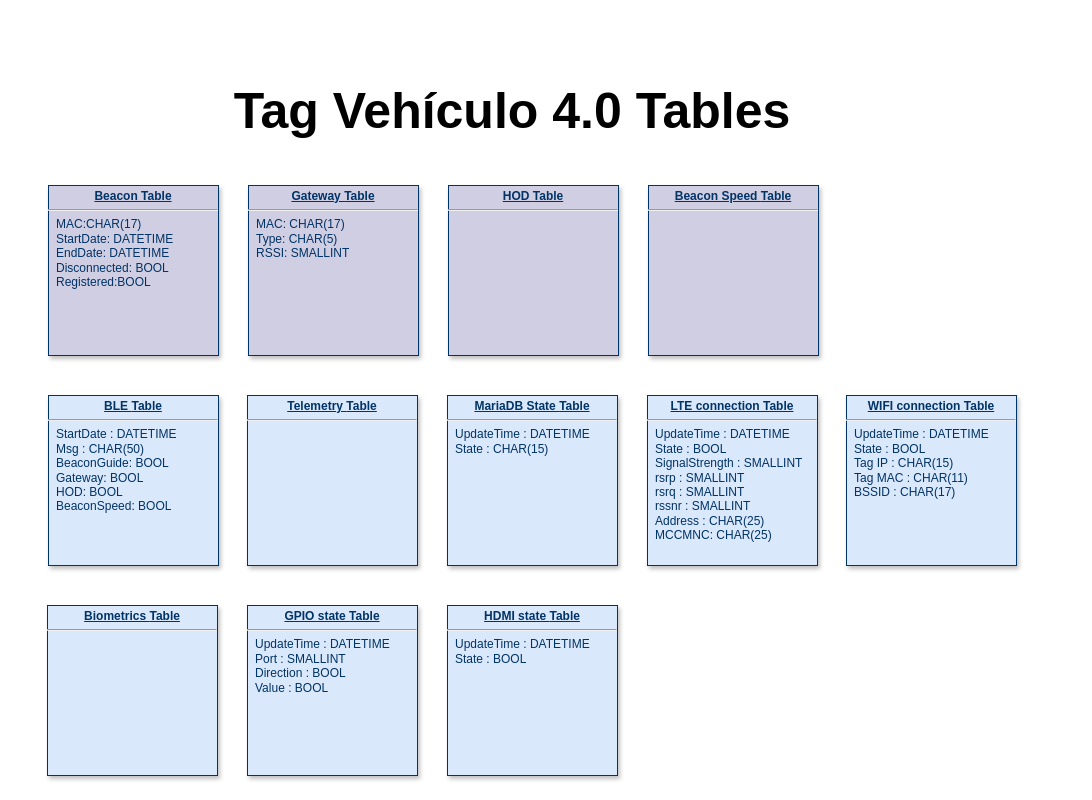
CesarRodriguez14/Tag_Vehiculo_4_0_Diagramas keeps this draw.io diagram as Bases de datos de Tag Vehiculo 4_0.drawio. Above is the earlier version. Source tidied: cells renumbered, new cells numbered last; positions are measured from the earlier drawing's top-left corner, leaving out a move shared by most shapes. Both pictures are drawn from the tidied source at 100%, with x=0, y=0 at pixel (17, 85).
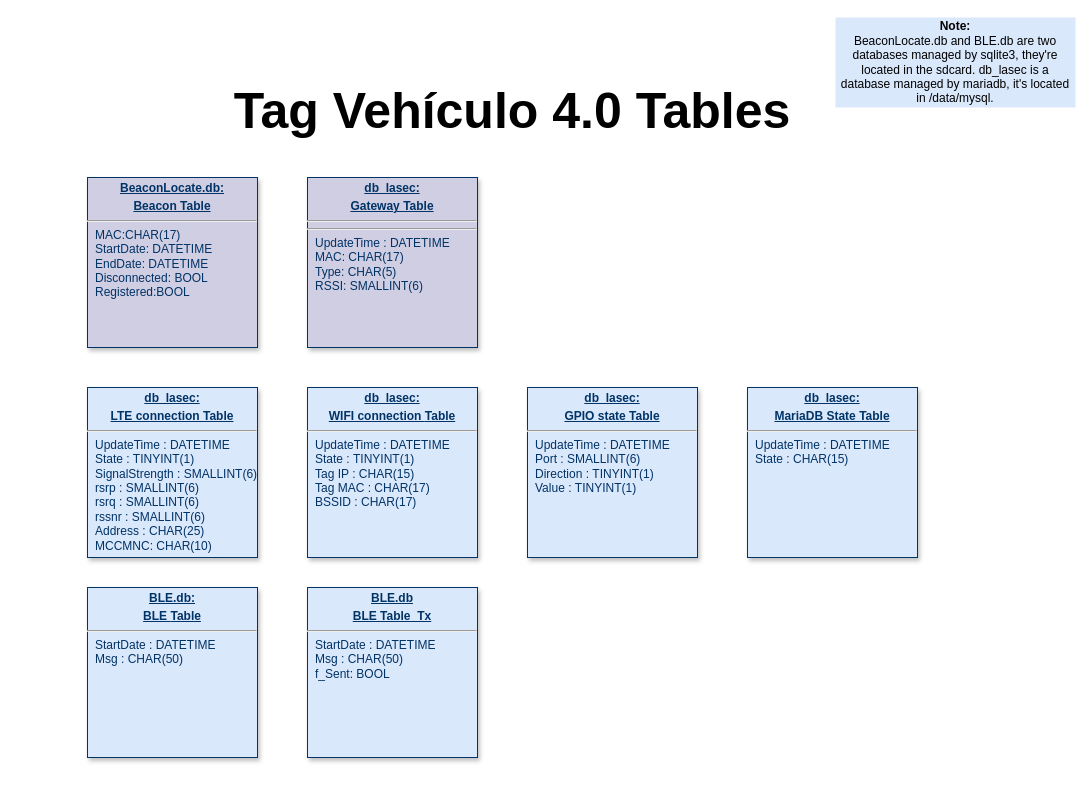
The same diagram, later.

What changed in the source:
```diff
@@
 <mxGraphModel>
   <root>
     <mxCell id="0" />
     <mxCell id="1" parent="0" />
-    <mxCell id="2" value="&lt;p style=&quot;margin: 0px; margin-top: 4px; text-align: center; text-decoration: underline;&quot;&gt;&lt;b&gt;BLE&amp;nbsp;&lt;/b&gt;&lt;b style=&quot;background-color: initial;&quot;&gt;Table&lt;/b&gt;&lt;/p&gt;&lt;hr&gt;&lt;p style=&quot;margin: 0px; margin-left: 8px;&quot;&gt;StartDate : DATETIME&lt;/p&gt;&lt;p style=&quot;margin: 0px; margin-left: 8px;&quot;&gt;Msg : CHAR(50)&lt;/p&gt;&lt;p style=&quot;margin: 0px; margin-left: 8px;&quot;&gt;BeaconGuide: BOOL&lt;/p&gt;&lt;p style=&quot;margin: 0px; margin-left: 8px;&quot;&gt;Gateway: BOOL&lt;/p&gt;&lt;p style=&quot;margin: 0px; margin-left: 8px;&quot;&gt;HOD: BOOL&lt;/p&gt;&lt;p style=&quot;margin: 0px; margin-left: 8px;&quot;&gt;BeaconSpeed: BOOL&lt;/p&gt;" style="verticalAlign=top;align=left;overflow=fill;fontSize=12;fontFamily=Helvetica;html=1;strokeColor=#003366;shadow=1;fillColor=#DAE8FC;fontColor=#003366;" parent="1" vertex="1">
-      <mxGeometry x="31" y="310" width="170" height="170" as="geometry" />
+    <mxCell id="2" value="&lt;p style=&quot;margin: 0px; margin-top: 4px; text-align: center; text-decoration: underline;&quot;&gt;&lt;b&gt;BLE.db:&lt;/b&gt;&lt;/p&gt;&lt;p style=&quot;margin: 0px; margin-top: 4px; text-align: center; text-decoration: underline;&quot;&gt;&lt;b&gt;BLE&amp;nbsp;&lt;/b&gt;&lt;b style=&quot;background-color: initial;&quot;&gt;Table&lt;/b&gt;&lt;/p&gt;&lt;hr&gt;&lt;p style=&quot;margin: 0px; margin-left: 8px;&quot;&gt;StartDate : DATETIME&lt;/p&gt;&lt;p style=&quot;margin: 0px; margin-left: 8px;&quot;&gt;Msg : CHAR(50)&lt;/p&gt;&lt;p style=&quot;margin: 0px; margin-left: 8px;&quot;&gt;&lt;br&gt;&lt;/p&gt;" style="verticalAlign=top;align=left;overflow=fill;fontSize=12;fontFamily=Helvetica;html=1;strokeColor=#003366;shadow=1;fillColor=#DAE8FC;fontColor=#003366;" parent="1" vertex="1">
+      <mxGeometry x="70" y="502" width="170" height="170" as="geometry" />
     </mxCell>
-    <mxCell id="3" value="&lt;p style=&quot;margin: 0px; margin-top: 4px; text-align: center; text-decoration: underline;&quot;&gt;&lt;b&gt;Beacon Table&lt;/b&gt;&lt;/p&gt;&lt;hr&gt;&lt;p style=&quot;margin: 0px; margin-left: 8px;&quot;&gt;MAC:CHAR(17)&lt;/p&gt;&lt;p style=&quot;margin: 0px; margin-left: 8px;&quot;&gt;StartDate: DATETIME&lt;/p&gt;&lt;p style=&quot;margin: 0px; margin-left: 8px;&quot;&gt;EndDate: DATETIME&lt;/p&gt;&lt;p style=&quot;margin: 0px; margin-left: 8px;&quot;&gt;Disconnected: BOOL&lt;/p&gt;&lt;p style=&quot;margin: 0px; margin-left: 8px;&quot;&gt;Registered:BOOL&lt;/p&gt;" style="verticalAlign=top;align=left;overflow=fill;fontSize=12;fontFamily=Helvetica;html=1;strokeColor=#003366;shadow=1;fillColor=#D0CEE2;fontColor=#003366;" parent="1" vertex="1">
-      <mxGeometry x="31" y="100" width="170" height="170" as="geometry" />
+    <mxCell id="3" value="&lt;p style=&quot;margin: 0px; margin-top: 4px; text-align: center; text-decoration: underline;&quot;&gt;&lt;b&gt;BeaconLocate.db:&lt;/b&gt;&lt;/p&gt;&lt;p style=&quot;margin: 0px; margin-top: 4px; text-align: center; text-decoration: underline;&quot;&gt;&lt;b&gt;Beacon Table&lt;/b&gt;&lt;/p&gt;&lt;hr&gt;&lt;p style=&quot;margin: 0px; margin-left: 8px;&quot;&gt;MAC:CHAR(17)&lt;/p&gt;&lt;p style=&quot;margin: 0px; margin-left: 8px;&quot;&gt;StartDate: DATETIME&lt;/p&gt;&lt;p style=&quot;margin: 0px; margin-left: 8px;&quot;&gt;EndDate: DATETIME&lt;/p&gt;&lt;p style=&quot;margin: 0px; margin-left: 8px;&quot;&gt;Disconnected: BOOL&lt;/p&gt;&lt;p style=&quot;margin: 0px; margin-left: 8px;&quot;&gt;Registered:BOOL&lt;/p&gt;" style="verticalAlign=top;align=left;overflow=fill;fontSize=12;fontFamily=Helvetica;html=1;strokeColor=#003366;shadow=1;fillColor=#D0CEE2;fontColor=#003366;" parent="1" vertex="1">
+      <mxGeometry x="70" y="92" width="170" height="170" as="geometry" />
     </mxCell>
-    <mxCell id="4" value="&lt;p style=&quot;margin: 0px; margin-top: 4px; text-align: center; text-decoration: underline;&quot;&gt;&lt;b&gt;Gateway&amp;nbsp;&lt;/b&gt;&lt;b style=&quot;background-color: initial;&quot;&gt;Table&lt;/b&gt;&lt;/p&gt;&lt;hr&gt;&lt;p style=&quot;margin: 0px; margin-left: 8px;&quot;&gt;MAC: CHAR(17)&lt;/p&gt;&lt;p style=&quot;margin: 0px; margin-left: 8px;&quot;&gt;Type: CHAR(5)&lt;/p&gt;&lt;p style=&quot;margin: 0px; margin-left: 8px;&quot;&gt;RSSI: SMALLINT&lt;/p&gt;" style="verticalAlign=top;align=left;overflow=fill;fontSize=12;fontFamily=Helvetica;html=1;strokeColor=#003366;shadow=1;fillColor=#D0CEE2;fontColor=#003366;" parent="1" vertex="1">
-      <mxGeometry x="231" y="100" width="170" height="170" as="geometry" />
+    <mxCell id="4" value="&lt;p style=&quot;margin: 0px; margin-top: 4px; text-align: center; text-decoration: underline;&quot;&gt;&lt;b&gt;db_lasec:&lt;/b&gt;&lt;/p&gt;&lt;p style=&quot;margin: 0px; margin-top: 4px; text-align: center; text-decoration: underline;&quot;&gt;&lt;b&gt;Gateway&amp;nbsp;&lt;/b&gt;&lt;b style=&quot;background-color: initial;&quot;&gt;Table&lt;/b&gt;&lt;/p&gt;&lt;hr&gt;&lt;hr&gt;&lt;p style=&quot;margin: 0px 0px 0px 8px;&quot;&gt;UpdateTime : DATETIME&lt;/p&gt;&lt;p style=&quot;margin: 0px; margin-left: 8px;&quot;&gt;MAC: CHAR(17)&lt;/p&gt;&lt;p style=&quot;margin: 0px; margin-left: 8px;&quot;&gt;Type: CHAR(5)&lt;/p&gt;&lt;p style=&quot;margin: 0px; margin-left: 8px;&quot;&gt;RSSI: SMALLINT(6)&lt;/p&gt;" style="verticalAlign=top;align=left;overflow=fill;fontSize=12;fontFamily=Helvetica;html=1;strokeColor=#003366;shadow=1;fillColor=#D0CEE2;fontColor=#003366;" parent="1" vertex="1">
+      <mxGeometry x="290" y="92" width="170" height="170" as="geometry" />
     </mxCell>
-    <mxCell id="5" value="&lt;p style=&quot;margin: 0px; margin-top: 4px; text-align: center; text-decoration: underline;&quot;&gt;&lt;b&gt;HOD&amp;nbsp;&lt;/b&gt;&lt;b style=&quot;background-color: initial;&quot;&gt;Table&lt;/b&gt;&lt;/p&gt;&lt;hr&gt;&lt;p style=&quot;margin: 0px; margin-left: 8px;&quot;&gt;&lt;br&gt;&lt;/p&gt;" style="verticalAlign=top;align=left;overflow=fill;fontSize=12;fontFamily=Helvetica;html=1;strokeColor=#003366;shadow=1;fillColor=#D0CEE2;fontColor=#003366;" parent="1" vertex="1">
-      <mxGeometry x="431" y="100" width="170" height="170" as="geometry" />
-    </mxCell>
-    <mxCell id="6" value="&lt;p style=&quot;margin: 0px; margin-top: 4px; text-align: center; text-decoration: underline;&quot;&gt;&lt;b&gt;Beacon Speed&amp;nbsp;&lt;/b&gt;&lt;b style=&quot;background-color: initial;&quot;&gt;Table&lt;/b&gt;&lt;/p&gt;&lt;hr&gt;&lt;p style=&quot;margin: 0px; margin-left: 8px;&quot;&gt;&lt;br&gt;&lt;/p&gt;" style="verticalAlign=top;align=left;overflow=fill;fontSize=12;fontFamily=Helvetica;html=1;strokeColor=#003366;shadow=1;fillColor=#D0CEE2;fontColor=#003366;" parent="1" vertex="1">
-      <mxGeometry x="631" y="100" width="170" height="170" as="geometry" />
-    </mxCell>
-    <mxCell id="7" value="&lt;p style=&quot;margin: 0px; margin-top: 4px; text-align: center; text-decoration: underline;&quot;&gt;&lt;b&gt;GPIO state&amp;nbsp;&lt;/b&gt;&lt;b style=&quot;background-color: initial;&quot;&gt;Table&lt;/b&gt;&lt;/p&gt;&lt;hr&gt;&lt;p style=&quot;margin: 0px; margin-left: 8px;&quot;&gt;UpdateTime : DATETIME&lt;br&gt;&lt;/p&gt;&lt;p style=&quot;margin: 0px; margin-left: 8px;&quot;&gt;Port : SMALLINT&lt;/p&gt;&lt;p style=&quot;margin: 0px; margin-left: 8px;&quot;&gt;Direction : BOOL&lt;/p&gt;&lt;p style=&quot;margin: 0px; margin-left: 8px;&quot;&gt;Value : BOOL&lt;/p&gt;" style="verticalAlign=top;align=left;overflow=fill;fontSize=12;fontFamily=Helvetica;html=1;strokeColor=#003366;shadow=1;fillColor=#DAE8FC;fontColor=#003366;" parent="1" vertex="1">
-      <mxGeometry x="230" y="520" width="170" height="170" as="geometry" />
+    <mxCell id="7" value="&lt;p style=&quot;margin: 0px; margin-top: 4px; text-align: center; text-decoration: underline;&quot;&gt;&lt;b&gt;db_lasec:&lt;/b&gt;&lt;/p&gt;&lt;p style=&quot;margin: 0px; margin-top: 4px; text-align: center; text-decoration: underline;&quot;&gt;&lt;b&gt;GPIO state&amp;nbsp;&lt;/b&gt;&lt;b style=&quot;background-color: initial;&quot;&gt;Table&lt;/b&gt;&lt;/p&gt;&lt;hr&gt;&lt;p style=&quot;margin: 0px; margin-left: 8px;&quot;&gt;UpdateTime : DATETIME&lt;br&gt;&lt;/p&gt;&lt;p style=&quot;margin: 0px; margin-left: 8px;&quot;&gt;Port : SMALLINT(6)&lt;/p&gt;&lt;p style=&quot;margin: 0px; margin-left: 8px;&quot;&gt;Direction :&amp;nbsp;&lt;span style=&quot;background-color: transparent; color: light-dark(rgb(0, 51, 102), rgb(161, 205, 249));&quot;&gt;TINYINT(1)&lt;/span&gt;&lt;/p&gt;&lt;p style=&quot;margin: 0px; margin-left: 8px;&quot;&gt;Value :&amp;nbsp;&lt;span style=&quot;background-color: transparent; color: light-dark(rgb(0, 51, 102), rgb(161, 205, 249));&quot;&gt;TINYINT(1)&lt;/span&gt;&lt;/p&gt;" style="verticalAlign=top;align=left;overflow=fill;fontSize=12;fontFamily=Helvetica;html=1;strokeColor=#003366;shadow=1;fillColor=#DAE8FC;fontColor=#003366;" parent="1" vertex="1">
+      <mxGeometry x="510" y="302" width="170" height="170" as="geometry" />
     </mxCell>
-    <mxCell id="8" value="&lt;p style=&quot;margin: 0px; margin-top: 4px; text-align: center; text-decoration: underline;&quot;&gt;&lt;b&gt;HDMI state&amp;nbsp;&lt;/b&gt;&lt;b style=&quot;background-color: initial;&quot;&gt;Table&lt;/b&gt;&lt;/p&gt;&lt;hr&gt;&lt;p style=&quot;margin: 0px 0px 0px 8px;&quot;&gt;UpdateTime : DATETIME&lt;/p&gt;&lt;p style=&quot;margin: 0px 0px 0px 8px;&quot;&gt;State : BOOL&lt;/p&gt;&lt;p style=&quot;margin: 0px 0px 0px 8px;&quot;&gt;&lt;br&gt;&lt;/p&gt;" style="verticalAlign=top;align=left;overflow=fill;fontSize=12;fontFamily=Helvetica;html=1;strokeColor=#003366;shadow=1;fillColor=#DAE8FC;fontColor=#003366;" parent="1" vertex="1">
-      <mxGeometry x="430" y="520" width="170" height="170" as="geometry" />
-    </mxCell>
-    <mxCell id="9" value="&lt;p style=&quot;margin: 0px; margin-top: 4px; text-align: center; text-decoration: underline;&quot;&gt;&lt;b&gt;Telemetry&amp;nbsp;&lt;/b&gt;&lt;b style=&quot;background-color: initial;&quot;&gt;Table&lt;/b&gt;&lt;/p&gt;&lt;hr&gt;&lt;p style=&quot;margin: 0px; margin-left: 8px;&quot;&gt;&lt;br&gt;&lt;/p&gt;" style="verticalAlign=top;align=left;overflow=fill;fontSize=12;fontFamily=Helvetica;html=1;strokeColor=#003366;shadow=1;fillColor=#DAE8FC;fontColor=#003366;" parent="1" vertex="1">
-      <mxGeometry x="230" y="310" width="170" height="170" as="geometry" />
-    </mxCell>
-    <mxCell id="10" value="&lt;p style=&quot;margin: 0px; margin-top: 4px; text-align: center; text-decoration: underline;&quot;&gt;&lt;b&gt;LTE connection&amp;nbsp;&lt;/b&gt;&lt;b style=&quot;background-color: initial;&quot;&gt;Table&lt;/b&gt;&lt;/p&gt;&lt;hr&gt;&lt;p style=&quot;margin: 0px; margin-left: 8px;&quot;&gt;UpdateTime : DATETIME&lt;br&gt;&lt;/p&gt;&lt;p style=&quot;margin: 0px; margin-left: 8px;&quot;&gt;State : BOOL&lt;/p&gt;&lt;p style=&quot;margin: 0px; margin-left: 8px;&quot;&gt;SignalStrength : SMALLINT&lt;/p&gt;&lt;p style=&quot;margin: 0px; margin-left: 8px;&quot;&gt;rsrp : SMALLINT&lt;/p&gt;&lt;p style=&quot;margin: 0px; margin-left: 8px;&quot;&gt;rsrq : SMALLINT&lt;/p&gt;&lt;p style=&quot;margin: 0px; margin-left: 8px;&quot;&gt;rssnr : SMALLINT&lt;/p&gt;&lt;p style=&quot;margin: 0px; margin-left: 8px;&quot;&gt;Address : CHAR(25)&amp;nbsp;&lt;/p&gt;&lt;p style=&quot;margin: 0px; margin-left: 8px;&quot;&gt;MCCMNC: CHAR(25)&lt;/p&gt;" style="verticalAlign=top;align=left;overflow=fill;fontSize=12;fontFamily=Helvetica;html=1;strokeColor=#003366;shadow=1;fillColor=#DAE8FC;fontColor=#003366;" parent="1" vertex="1">
-      <mxGeometry x="630" y="310" width="170" height="170" as="geometry" />
+    <mxCell id="10" value="&lt;p style=&quot;margin: 0px; margin-top: 4px; text-align: center; text-decoration: underline;&quot;&gt;&lt;b&gt;db_lasec:&lt;/b&gt;&lt;/p&gt;&lt;p style=&quot;margin: 0px; margin-top: 4px; text-align: center; text-decoration: underline;&quot;&gt;&lt;b style=&quot;background-color: transparent; color: light-dark(rgb(0, 51, 102), rgb(161, 205, 249));&quot;&gt;LTE connection&amp;nbsp;&lt;/b&gt;&lt;b style=&quot;background-color: initial; color: light-dark(rgb(0, 51, 102), rgb(161, 205, 249));&quot;&gt;Table&lt;/b&gt;&lt;/p&gt;&lt;hr&gt;&lt;p style=&quot;margin: 0px; margin-left: 8px;&quot;&gt;UpdateTime : DATETIME&lt;br&gt;&lt;/p&gt;&lt;p style=&quot;margin: 0px; margin-left: 8px;&quot;&gt;State : TINYINT(1)&lt;/p&gt;&lt;p style=&quot;margin: 0px; margin-left: 8px;&quot;&gt;SignalStrength : SMALLINT(6)&lt;/p&gt;&lt;p style=&quot;margin: 0px; margin-left: 8px;&quot;&gt;rsrp : SMALLINT(6)&lt;/p&gt;&lt;p style=&quot;margin: 0px; margin-left: 8px;&quot;&gt;rsrq : SMALLINT(6)&lt;/p&gt;&lt;p style=&quot;margin: 0px; margin-left: 8px;&quot;&gt;rssnr : SMALLINT(6)&lt;/p&gt;&lt;p style=&quot;margin: 0px; margin-left: 8px;&quot;&gt;Address : CHAR(25)&amp;nbsp;&lt;/p&gt;&lt;p style=&quot;margin: 0px; margin-left: 8px;&quot;&gt;MCCMNC: CHAR(10)&lt;/p&gt;" style="verticalAlign=top;align=left;overflow=fill;fontSize=12;fontFamily=Helvetica;html=1;strokeColor=#003366;shadow=1;fillColor=#DAE8FC;fontColor=#003366;" parent="1" vertex="1">
+      <mxGeometry x="70" y="302" width="170" height="170" as="geometry" />
     </mxCell>
-    <mxCell id="11" value="&lt;p style=&quot;margin: 0px; margin-top: 4px; text-align: center; text-decoration: underline;&quot;&gt;&lt;b&gt;Biometrics&amp;nbsp;&lt;/b&gt;&lt;b style=&quot;background-color: initial;&quot;&gt;Table&lt;/b&gt;&lt;/p&gt;&lt;hr&gt;&lt;p style=&quot;margin: 0px; margin-left: 8px;&quot;&gt;&lt;br&gt;&lt;/p&gt;" style="verticalAlign=top;align=left;overflow=fill;fontSize=12;fontFamily=Helvetica;html=1;strokeColor=#003366;shadow=1;fillColor=#DAE8FC;fontColor=#003366;" parent="1" vertex="1">
-      <mxGeometry x="30" y="520" width="170" height="170" as="geometry" />
-    </mxCell>
-    <mxCell id="12" value="&lt;p style=&quot;margin: 0px; margin-top: 4px; text-align: center; text-decoration: underline;&quot;&gt;&lt;b&gt;MariaDB State&amp;nbsp;&lt;/b&gt;&lt;b style=&quot;background-color: initial;&quot;&gt;Table&lt;/b&gt;&lt;/p&gt;&lt;hr&gt;&lt;p style=&quot;margin: 0px 0px 0px 8px;&quot;&gt;UpdateTime : DATETIME&lt;/p&gt;&lt;p style=&quot;margin: 0px 0px 0px 8px;&quot;&gt;State : CHAR(15)&lt;/p&gt;&lt;p style=&quot;margin: 0px 0px 0px 8px;&quot;&gt;&lt;br&gt;&lt;/p&gt;" style="verticalAlign=top;align=left;overflow=fill;fontSize=12;fontFamily=Helvetica;html=1;strokeColor=#003366;shadow=1;fillColor=#DAE8FC;fontColor=#003366;" parent="1" vertex="1">
-      <mxGeometry x="430" y="310" width="170" height="170" as="geometry" />
+    <mxCell id="12" value="&lt;p style=&quot;margin: 0px; margin-top: 4px; text-align: center; text-decoration: underline;&quot;&gt;&lt;b&gt;db_lasec:&lt;/b&gt;&lt;/p&gt;&lt;p style=&quot;margin: 0px; margin-top: 4px; text-align: center; text-decoration: underline;&quot;&gt;&lt;b style=&quot;background-color: transparent; color: light-dark(rgb(0, 51, 102), rgb(161, 205, 249));&quot;&gt;MariaDB State&amp;nbsp;&lt;/b&gt;&lt;b style=&quot;background-color: initial; color: light-dark(rgb(0, 51, 102), rgb(161, 205, 249));&quot;&gt;Table&lt;/b&gt;&lt;/p&gt;&lt;hr&gt;&lt;p style=&quot;margin: 0px 0px 0px 8px;&quot;&gt;UpdateTime : DATETIME&lt;/p&gt;&lt;p style=&quot;margin: 0px 0px 0px 8px;&quot;&gt;State : CHAR(15)&lt;/p&gt;&lt;p style=&quot;margin: 0px 0px 0px 8px;&quot;&gt;&lt;br&gt;&lt;/p&gt;" style="verticalAlign=top;align=left;overflow=fill;fontSize=12;fontFamily=Helvetica;html=1;strokeColor=#003366;shadow=1;fillColor=#DAE8FC;fontColor=#003366;" parent="1" vertex="1">
+      <mxGeometry x="730" y="302" width="170" height="170" as="geometry" />
     </mxCell>
-    <mxCell id="13" value="&lt;p style=&quot;margin: 0px; margin-top: 4px; text-align: center; text-decoration: underline;&quot;&gt;&lt;b&gt;WIFI connection&amp;nbsp;&lt;/b&gt;&lt;b style=&quot;background-color: initial;&quot;&gt;Table&lt;/b&gt;&lt;/p&gt;&lt;hr&gt;&lt;p style=&quot;margin: 0px; margin-left: 8px;&quot;&gt;UpdateTime : DATETIME&lt;/p&gt;&lt;p style=&quot;margin: 0px; margin-left: 8px;&quot;&gt;State : BOOL&lt;/p&gt;&lt;p style=&quot;margin: 0px; margin-left: 8px;&quot;&gt;Tag IP :&amp;nbsp;&lt;span style=&quot;background-color: initial;&quot;&gt;CHAR(15)&lt;/span&gt;&lt;/p&gt;&lt;p style=&quot;margin: 0px; margin-left: 8px;&quot;&gt;Tag MAC : CHAR(11)&lt;/p&gt;&lt;p style=&quot;margin: 0px; margin-left: 8px;&quot;&gt;BSSID : CHAR(17)&lt;/p&gt;&lt;p style=&quot;margin: 0px; margin-left: 8px;&quot;&gt;&lt;br&gt;&lt;/p&gt;" style="verticalAlign=top;align=left;overflow=fill;fontSize=12;fontFamily=Helvetica;html=1;strokeColor=#003366;shadow=1;fillColor=#DAE8FC;fontColor=#003366;" parent="1" vertex="1">
-      <mxGeometry x="829" y="310" width="170" height="170" as="geometry" />
+    <mxCell id="13" value="&lt;p style=&quot;margin: 0px; margin-top: 4px; text-align: center; text-decoration: underline;&quot;&gt;&lt;b&gt;db_lasec:&lt;/b&gt;&lt;/p&gt;&lt;p style=&quot;margin: 0px; margin-top: 4px; text-align: center; text-decoration: underline;&quot;&gt;&lt;b&gt;WIFI connection&amp;nbsp;&lt;/b&gt;&lt;b style=&quot;background-color: initial;&quot;&gt;Table&lt;/b&gt;&lt;/p&gt;&lt;hr&gt;&lt;p style=&quot;margin: 0px; margin-left: 8px;&quot;&gt;UpdateTime : DATETIME&lt;/p&gt;&lt;p style=&quot;margin: 0px; margin-left: 8px;&quot;&gt;State :&amp;nbsp;&lt;span style=&quot;background-color: transparent; color: light-dark(rgb(0, 51, 102), rgb(161, 205, 249));&quot;&gt;TINYINT(1)&lt;/span&gt;&lt;/p&gt;&lt;p style=&quot;margin: 0px; margin-left: 8px;&quot;&gt;Tag IP :&amp;nbsp;&lt;span style=&quot;background-color: initial;&quot;&gt;CHAR(15)&lt;/span&gt;&lt;/p&gt;&lt;p style=&quot;margin: 0px; margin-left: 8px;&quot;&gt;Tag MAC : CHAR(17)&lt;/p&gt;&lt;p style=&quot;margin: 0px; margin-left: 8px;&quot;&gt;BSSID : CHAR(17)&lt;/p&gt;&lt;p style=&quot;margin: 0px; margin-left: 8px;&quot;&gt;&lt;br&gt;&lt;/p&gt;" style="verticalAlign=top;align=left;overflow=fill;fontSize=12;fontFamily=Helvetica;html=1;strokeColor=#003366;shadow=1;fillColor=#DAE8FC;fontColor=#003366;" parent="1" vertex="1">
+      <mxGeometry x="290" y="302" width="170" height="170" as="geometry" />
     </mxCell>
     <mxCell id="14" value="Tag Vehículo 4.0 Tables" style="text;html=1;align=center;verticalAlign=middle;whiteSpace=wrap;rounded=0;fontSize=50;fontStyle=1;" parent="1" vertex="1">
       <mxGeometry width="990" height="50" as="geometry" />
     </mxCell>
+    <mxCell id="15" value="&lt;p style=&quot;margin: 0px; margin-top: 4px; text-align: center; text-decoration: underline;&quot;&gt;&lt;b&gt;BLE.db&lt;/b&gt;&lt;/p&gt;&lt;p style=&quot;margin: 0px; margin-top: 4px; text-align: center; text-decoration: underline;&quot;&gt;&lt;b&gt;BLE&amp;nbsp;&lt;/b&gt;&lt;b style=&quot;background-color: initial;&quot;&gt;Table_Tx&lt;/b&gt;&lt;/p&gt;&lt;hr&gt;&lt;p style=&quot;margin: 0px 0px 0px 8px;&quot;&gt;StartDate : DATETIME&lt;/p&gt;&lt;p style=&quot;margin: 0px 0px 0px 8px;&quot;&gt;Msg : CHAR(50)&lt;/p&gt;&lt;p style=&quot;margin: 0px 0px 0px 8px;&quot;&gt;f_Sent: BOOL&lt;/p&gt;" style="verticalAlign=top;align=left;overflow=fill;fontSize=12;fontFamily=Helvetica;html=1;strokeColor=#003366;shadow=1;fillColor=#DAE8FC;fontColor=#003366;" parent="1" vertex="1">
+      <mxGeometry x="290" y="502" width="170" height="170" as="geometry" />
+    </mxCell>
+    <mxCell id="16" value="&lt;b&gt;Note:&lt;/b&gt;&lt;div&gt;BeaconLocate.db and BLE.db are two databases managed by sqlite3, they're located in the sdcard. db_lasec is a database managed by mariadb, it's located in /data/mysql.&lt;/div&gt;" style="text;html=1;align=center;verticalAlign=middle;whiteSpace=wrap;rounded=0;fillColor=#DAE8FC;" parent="1" vertex="1">
+      <mxGeometry x="818" y="-68" width="240" height="90" as="geometry" />
+    </mxCell>
   </root>
 </mxGraphModel>
```
